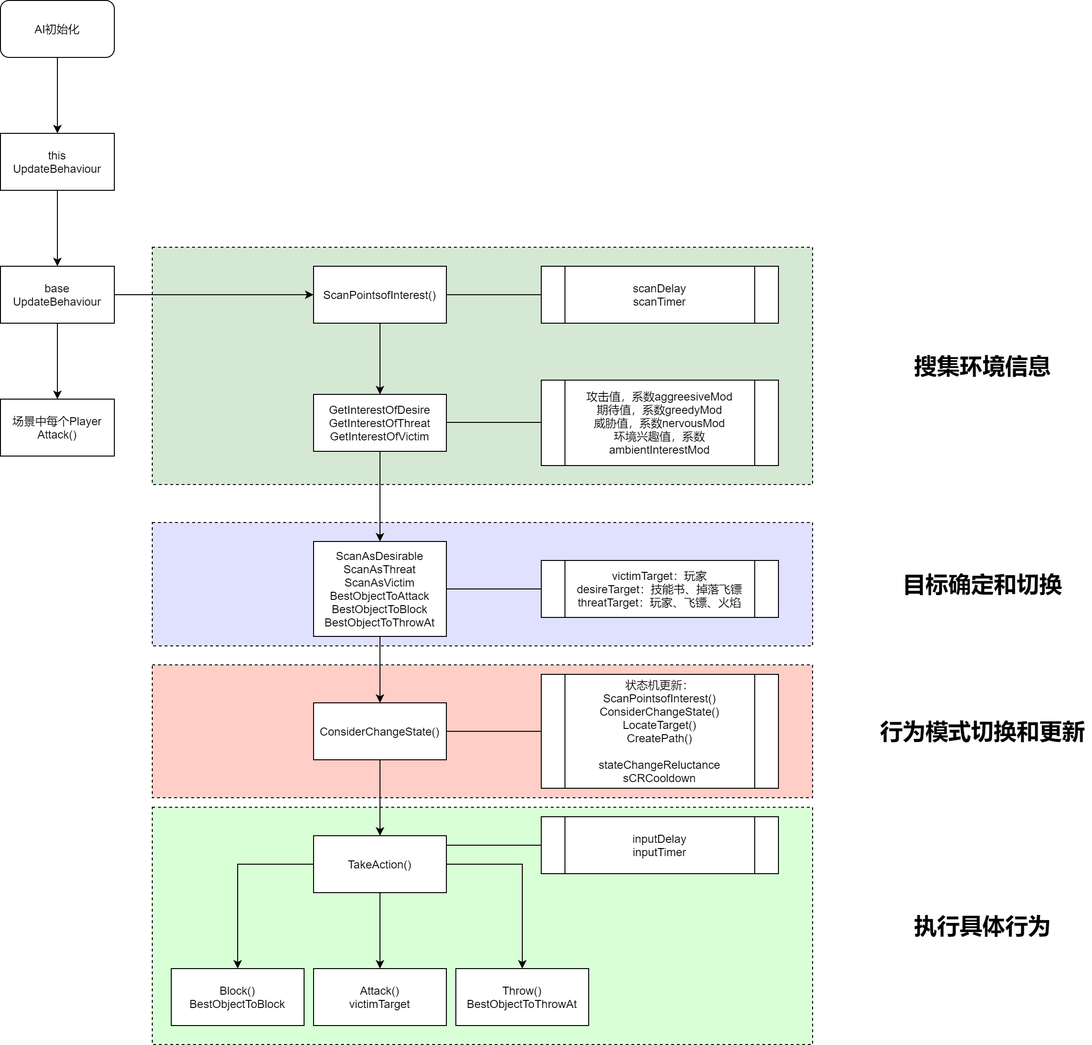
JakeYu1212/Notes keeps this draw.io diagram as [Work]/BoomrangAI/AI-FlowChart.png. Above is the earlier version. Source tidied: cells renumbered, new cells last; positions are measured from the earlier drawing's top-left corner, leaving out a move shared by most shapes.
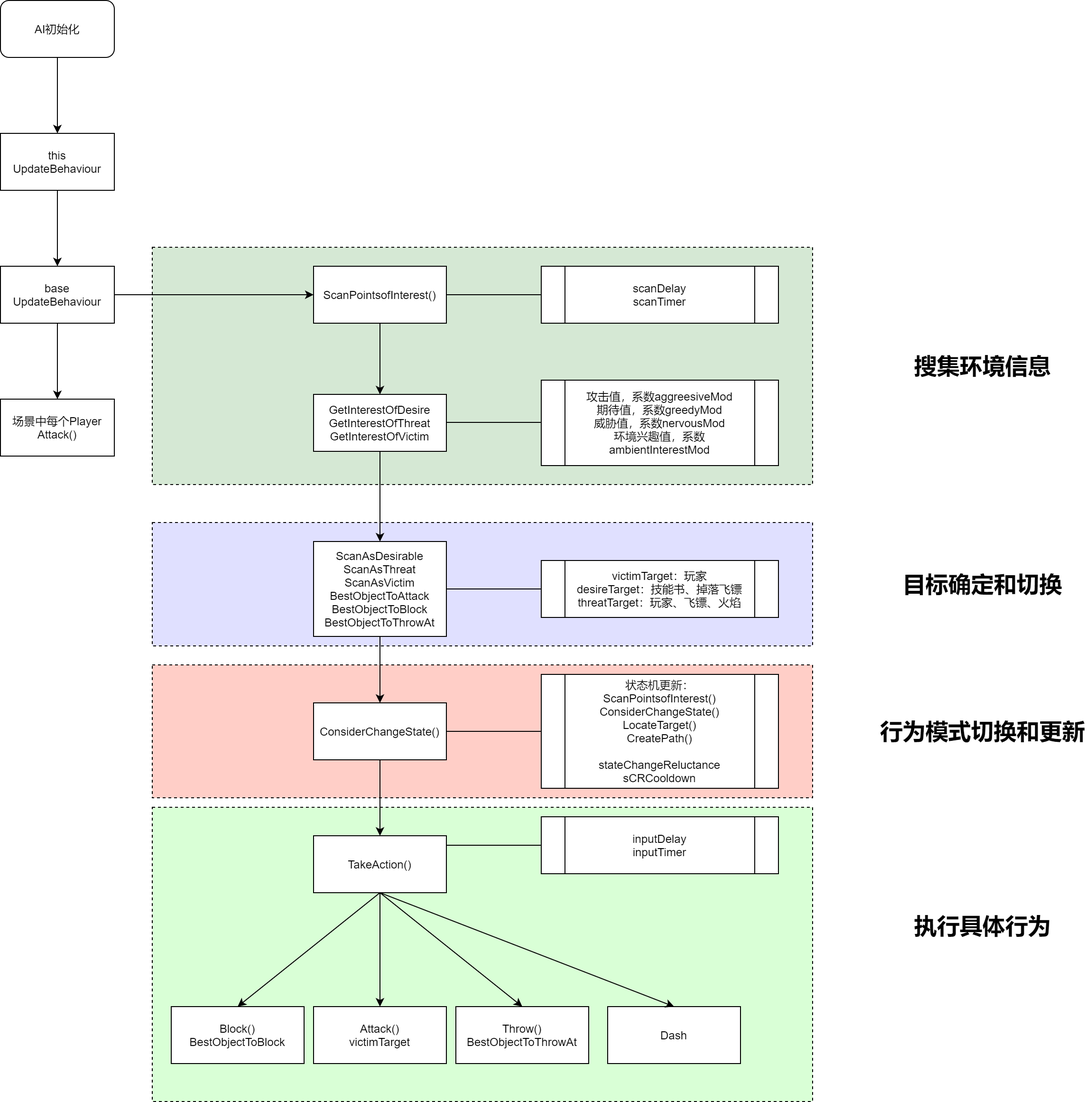
Later version of the same file.

Diff of the diagram source:
```diff
@@ -3,7 +3,7 @@
     <mxCell id="0" />
     <mxCell id="1" parent="0" />
     <mxCell id="2" style="rounded=0;whiteSpace=wrap;html=1;dashed=1;fillColor=#D9FFD6;" parent="1" vertex="1">
-      <mxGeometry x="160" y="850" width="696" height="250" as="geometry" />
+      <mxGeometry x="160" y="850" width="696" height="310" as="geometry" />
     </mxCell>
     <mxCell id="3" style="rounded=0;whiteSpace=wrap;html=1;dashed=1;fillColor=#FFCEC7;" parent="1" vertex="1">
       <mxGeometry x="160" y="700" width="696" height="140" as="geometry" />
@@ -56,15 +56,6 @@
     <mxCell id="19" value="ConsiderChangeState()" style="whiteSpace=wrap;html=1;rounded=0;" parent="1" vertex="1">
       <mxGeometry x="330" y="740" width="140" height="60" as="geometry" />
     </mxCell>
-    <mxCell id="20" style="edgeStyle=orthogonalEdgeStyle;rounded=0;jettySize=auto;html=1;endArrow=classic;endFill=1;" parent="1" edge="1" source="23" target="28">
-      <mxGeometry relative="1" as="geometry" />
-    </mxCell>
-    <mxCell id="21" style="edgeStyle=orthogonalEdgeStyle;rounded=0;jettySize=auto;html=1;endArrow=classic;endFill=1;" parent="1" edge="1" source="23" target="29">
-      <mxGeometry relative="1" as="geometry" />
-    </mxCell>
-    <mxCell id="22" style="edgeStyle=orthogonalEdgeStyle;rounded=0;jettySize=auto;html=1;endArrow=classic;endFill=1;" parent="1" edge="1" source="23" target="30">
-      <mxGeometry relative="1" as="geometry" />
-    </mxCell>
     <mxCell id="23" value="TakeAction()" style="whiteSpace=wrap;html=1;rounded=0;" parent="1" vertex="1">
       <mxGeometry x="330" y="880" width="140" height="60" as="geometry" />
     </mxCell>
@@ -80,15 +71,6 @@
     <mxCell id="27" value="scanDelay&lt;br&gt;scanTimer" style="shape=process;whiteSpace=wrap;html=1;backgroundOutline=1;rounded=0;" parent="1" vertex="1">
       <mxGeometry x="570" y="280" width="250" height="60" as="geometry" />
     </mxCell>
-    <mxCell id="28" value="Block()&lt;br&gt;BestObjectToBlock" style="whiteSpace=wrap;html=1;rounded=0;" parent="1" vertex="1">
-      <mxGeometry x="180" y="1020" width="140" height="60" as="geometry" />
-    </mxCell>
-    <mxCell id="29" value="Throw()&lt;br&gt;BestObjectToThrowAt" style="whiteSpace=wrap;html=1;rounded=0;" parent="1" vertex="1">
-      <mxGeometry x="480" y="1020" width="140" height="60" as="geometry" />
-    </mxCell>
-    <mxCell id="30" value="Attack()&lt;br&gt;victimTarget" style="whiteSpace=wrap;html=1;rounded=0;" parent="1" vertex="1">
-      <mxGeometry x="330" y="1020" width="140" height="60" as="geometry" />
-    </mxCell>
     <mxCell id="31" style="edgeStyle=orthogonalEdgeStyle;rounded=0;jettySize=auto;html=1;endArrow=none;endFill=0;" parent="1" edge="1" target="32">
       <mxGeometry relative="1" as="geometry">
         <mxPoint x="470" y="890" as="sourcePoint" />
@@ -130,5 +112,45 @@
     <mxCell id="42" value="执行具体行为" style="text;strokeColor=none;fillColor=none;html=1;fontSize=24;fontStyle=1;verticalAlign=middle;align=center;" parent="1" vertex="1">
       <mxGeometry x="920" y="955" width="230" height="40" as="geometry" />
     </mxCell>
+    <mxCell id="43" value="Dash" style="whiteSpace=wrap;html=1;rounded=0;" parent="1" vertex="1">
+      <mxGeometry x="640" y="1060" width="140" height="60" as="geometry" />
+    </mxCell>
+    <mxCell id="28" value="Block()&lt;br&gt;BestObjectToBlock" style="whiteSpace=wrap;html=1;rounded=0;" parent="1" vertex="1">
+      <mxGeometry x="180" y="1060" width="140" height="60" as="geometry" />
+    </mxCell>
+    <mxCell id="30" value="Attack()&lt;br&gt;victimTarget" style="whiteSpace=wrap;html=1;rounded=0;" parent="1" vertex="1">
+      <mxGeometry x="330" y="1060" width="140" height="60" as="geometry" />
+    </mxCell>
+    <mxCell id="29" value="Throw()&lt;br&gt;BestObjectToThrowAt" style="whiteSpace=wrap;html=1;rounded=0;" parent="1" vertex="1">
+      <mxGeometry x="480" y="1060" width="140" height="60" as="geometry" />
+    </mxCell>
+    <mxCell id="21" style="endArrow=classic;html=1;entryX=0.5;entryY=0;entryDx=0;entryDy=0;exitX=0.5;exitY=1;exitDx=0;exitDy=0;" parent="1" edge="1" source="23" target="29">
+      <mxGeometry relative="1" as="geometry">
+        <Array as="points">
+          <mxPoint x="400" y="940" />
+        </Array>
+      </mxGeometry>
+    </mxCell>
+    <mxCell id="44" style="endArrow=classic;html=1;entryX=0.5;entryY=0;entryDx=0;entryDy=0;" parent="1" edge="1" target="30">
+      <mxGeometry relative="1" as="geometry">
+        <mxPoint x="400" y="940" as="sourcePoint" />
+        <Array as="points">
+          <mxPoint x="400" y="940" />
+        </Array>
+      </mxGeometry>
+    </mxCell>
+    <mxCell id="45" style="endArrow=classic;html=1;entryX=0.5;entryY=0;entryDx=0;entryDy=0;" parent="1" edge="1" target="28">
+      <mxGeometry relative="1" as="geometry">
+        <mxPoint x="400" y="940" as="sourcePoint" />
+        <Array as="points">
+          <mxPoint x="400" y="940" />
+        </Array>
+      </mxGeometry>
+    </mxCell>
+    <mxCell id="46" style="endArrow=classic;html=1;entryX=0.5;entryY=0;entryDx=0;entryDy=0;" parent="1" edge="1" target="43">
+      <mxGeometry relative="1" as="geometry">
+        <mxPoint x="400" y="940" as="sourcePoint" />
+      </mxGeometry>
+    </mxCell>
   </root>
 </mxGraphModel>
```
